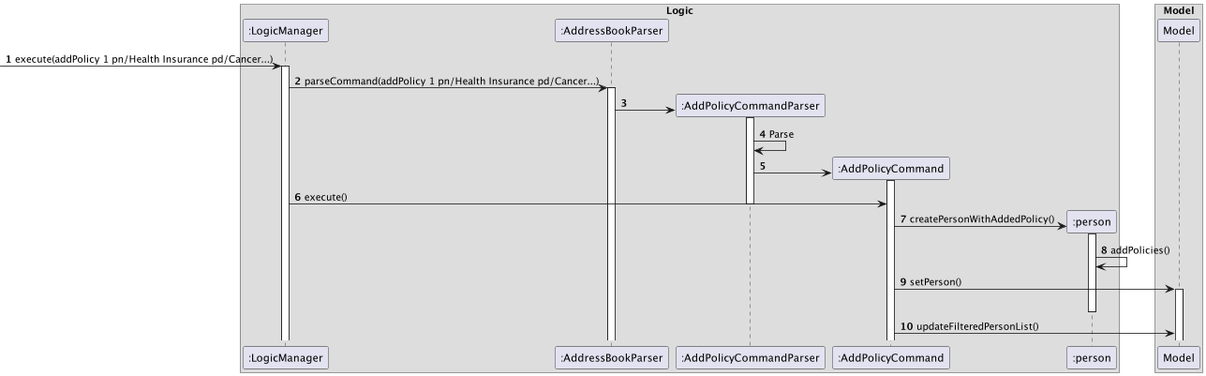
The PlantUML diagram diagrams/AddPolicySequenceDiagram.png in AY2324S1-CS2103-W14-1/tp, before a commit.
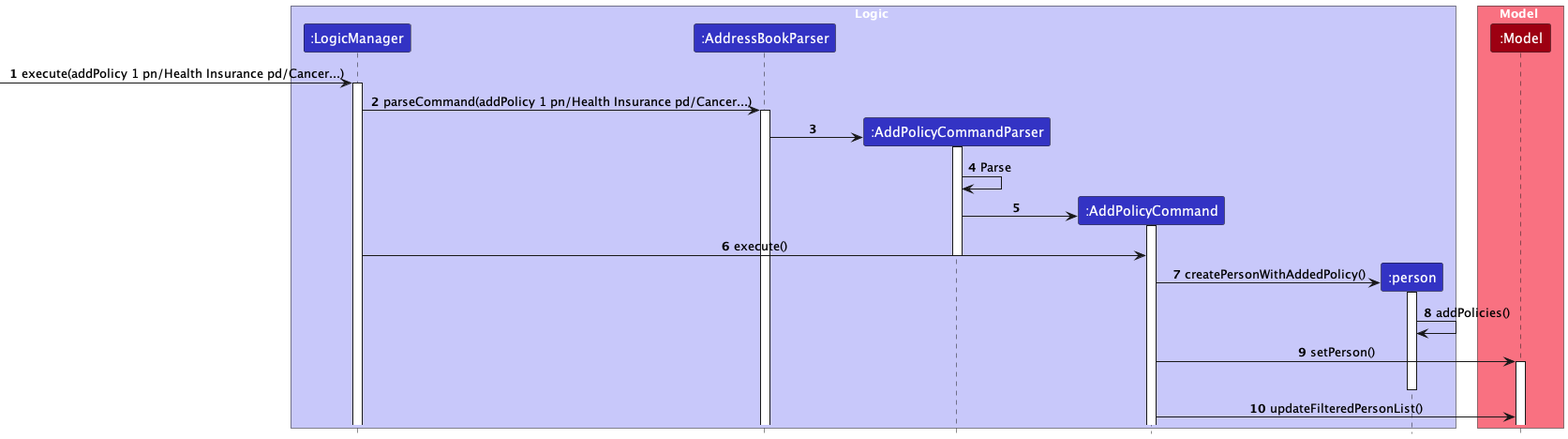
After the change.

Change to the diagram source:
```diff
@@ -1,11 +1,17 @@
 @startuml
+!include style.puml
+skinparam ArrowFontStyle plain
 
-box Logic
-participant ":LogicManager" as LogicManager
-participant ":AddressBookParser" as AddressBookParser
-participant ":AddPolicyCommandParser" as AddPolicyCommandParser
-participant ":AddPolicyCommand" as AddPolicyCommand
-participant ":person" as Person
+box Logic LOGIC_COLOR_T1
+participant ":LogicManager" as LogicManager LOGIC_COLOR
+participant ":AddressBookParser" as AddressBookParser LOGIC_COLOR
+participant ":AddPolicyCommandParser" as AddPolicyCommandParser LOGIC_COLOR
+participant ":AddPolicyCommand" as AddPolicyCommand LOGIC_COLOR
+participant ":person" as Person LOGIC_COLOR
+end box
+
+box Model MODEL_COLOR_T1
+participant ":Model" as Model MODEL_COLOR
 end box
 
 autonumber
@@ -37,7 +43,4 @@
 deactivate Person
 AddPolicyCommand -> Model : updateFilteredPersonList()
 
-box Model
-participant ":Model" as Model
-end box
 @enduml
```
